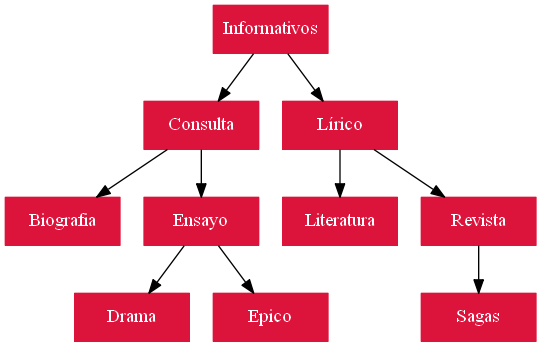
This is AVL_Categorias.png from juanpaestrada20/EDD_PY2_201800709, a Graphviz export, as it was before one commit. Its source is kept beside it as AVL_Categorias.dot.
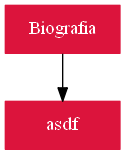
After the change.

The edit, as a diff of the source:
```diff
@@ -1,14 +1,6 @@
 digraph G{
 rankdir=TB;
 node [margin=0 shape=box width=1.2 color=crimson fontcolor=white style=filled ];
-Informativos->Consulta
-Consulta->Biografia
-Consulta->Ensayo
-Ensayo->Drama
-Ensayo->Epico
-Informativos->Lírico
-Lírico->Literatura
-Lírico->Revista
-Revista->Sagas
+Biografia->asdf
 
 }
```
